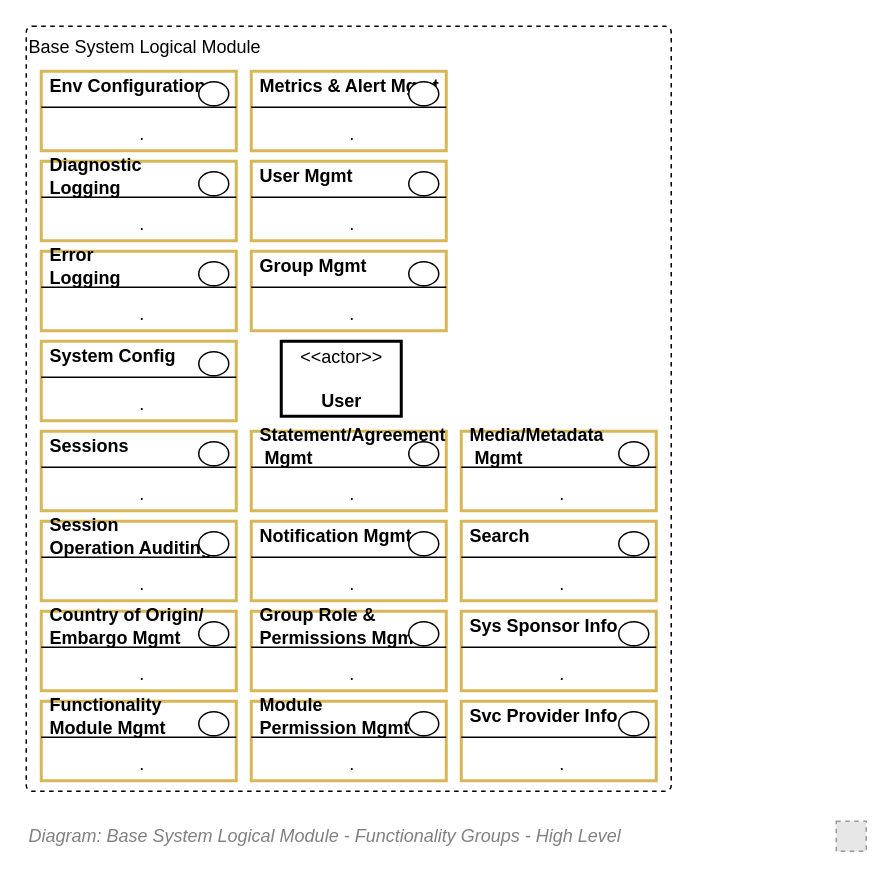
Before: 43.Functionality View/Functionality View - Required Capabilities - Maintenance Specialist.drawio in skysgh/System.Design.Resources.Service, a draw.io diagram. Source tidied: cells renumbered, new cells numbered last; positions are measured from the earlier drawing's top-left corner, leaving out a move shared by most shapes. Both pictures are drawn from the tidied source at 150%, with x=0, y=0 at pixel (26, 26). Pictures stored in the file or linked from it are replaced by grey dashed boxes.
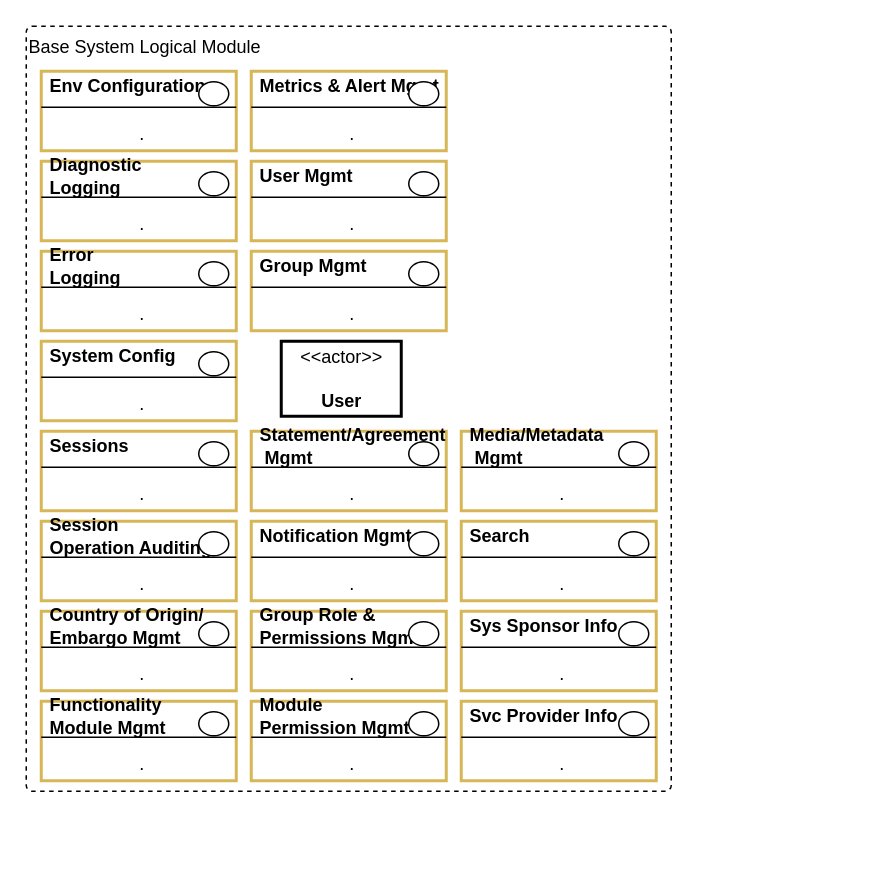
The same diagram, later.

The edit, as a diff of the source:
```diff
@@
-    <mxCell id="2" value="&lt;font style=&quot;font-size: 12px&quot;&gt;Diagram: Base System Logical Module - Functionality Groups - High Level&lt;/font&gt;" style="text;strokeColor=none;fillColor=none;html=1;fontSize=12;fontStyle=2;verticalAlign=middle;align=left;shadow=0;glass=0;comic=0;opacity=30;fontColor=#808080;strokeWidth=1;" parent="1" vertex="1">
-      <mxGeometry y="530" width="520" height="20" as="geometry" />
-    </mxCell>
-    <mxCell id="3" style="fillColor=#E6E6E6;strokeColor=#999999;dashed=1;html=1;verticalAlign=top;verticalLabelPosition=bottom;labelBackgroundColor=#ffffff;fontFamily=Helvetica;fontSize=12;fontColor=#000000;align=center;" parent="1" vertex="1">
-      <mxGeometry x="540" y="530" width="20" height="20" as="geometry" />
-    </mxCell>
```
